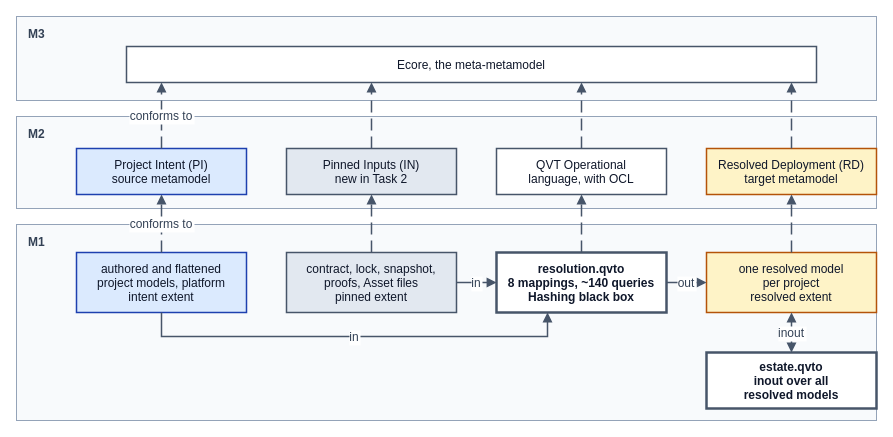
Before: docs/mde/task-2-transformations/Figures/pattern.drawio in JorisJonkers-dev/deploy-kit, a draw.io diagram. Source tidied: cells renumbered, new cells numbered last; positions are measured from the earlier drawing's top-left corner, leaving out a move shared by most shapes. Both pictures are drawn from the tidied source at 100%, with x=0, y=0 at pixel (16, 16).
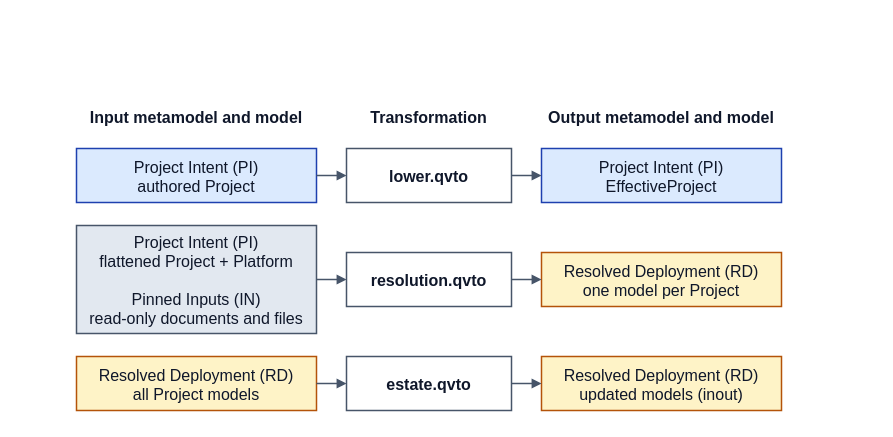
Above is the later version.

Diff of the diagram source:
```diff
@@
-    <mxCell id="2" value="M3" style="rounded=0;whiteSpace=nowrap;html=0;fillColor=#f8fafc;strokeColor=#94a3b8;strokeWidth=1;verticalAlign=top;align=left;spacingLeft=10;spacingTop=4;fontStyle=1;fontSize=12;fontFamily=Helvetica;fontColor=#334155;" parent="1" vertex="1">
-      <mxGeometry width="860" height="84" as="geometry" />
-    </mxCell>
-    <mxCell id="3" value="M2" style="rounded=0;whiteSpace=nowrap;html=0;fillColor=#f8fafc;strokeColor=#94a3b8;strokeWidth=1;verticalAlign=top;align=left;spacingLeft=10;spacingTop=4;fontStyle=1;fontSize=12;fontFamily=Helvetica;fontColor=#334155;" parent="1" vertex="1">
-      <mxGeometry y="100" width="860" height="92" as="geometry" />
-    </mxCell>
-    <mxCell id="4" value="M1" style="rounded=0;whiteSpace=nowrap;html=0;fillColor=#f8fafc;strokeColor=#94a3b8;strokeWidth=1;verticalAlign=top;align=left;spacingLeft=10;spacingTop=4;fontStyle=1;fontSize=12;fontFamily=Helvetica;fontColor=#334155;" parent="1" vertex="1">
-      <mxGeometry y="208" width="860" height="196" as="geometry" />
-    </mxCell>
-    <mxCell id="5" value="Ecore, the meta-metamodel" style="rounded=0;whiteSpace=nowrap;html=0;align=center;verticalAlign=middle;fillColor=#ffffff;strokeColor=#475569;strokeWidth=1.5;fontFamily=Helvetica;fontSize=12;fontColor=#0f172a;" parent="1" vertex="1">
-      <mxGeometry x="110" y="30" width="690" height="36" as="geometry" />
-    </mxCell>
+    <mxCell id="27" value="Input metamodel and model" style="rounded=0;whiteSpace=nowrap;html=0;align=center;verticalAlign=middle;fillColor=none;strokeColor=none;strokeWidth=1.5;fontFamily=Helvetica;fontSize=16;fontColor=#0f172a;fontStyle=1;" parent="1" vertex="1">
+      <mxGeometry x="60" y="87" width="240" height="26" as="geometry" />
+    </mxCell>
+    <mxCell id="28" value="Transformation" style="rounded=0;whiteSpace=nowrap;html=0;align=center;verticalAlign=middle;fillColor=none;strokeColor=none;strokeWidth=1.5;fontFamily=Helvetica;fontSize=16;fontColor=#0f172a;fontStyle=1;" parent="1" vertex="1">
+      <mxGeometry x="330" y="87" width="165" height="26" as="geometry" />
+    </mxCell>
+    <mxCell id="29" value="Output metamodel and model" style="rounded=0;whiteSpace=nowrap;html=0;align=center;verticalAlign=middle;fillColor=none;strokeColor=none;strokeWidth=1.5;fontFamily=Helvetica;fontSize=16;fontColor=#0f172a;fontStyle=1;" parent="1" vertex="1">
+      <mxGeometry x="525" y="87" width="240" height="26" as="geometry" />
+    </mxCell>
-    <mxCell id="6" value="Project Intent (PI)&#10;source metamodel" style="rounded=0;whiteSpace=nowrap;html=0;align=center;verticalAlign=middle;fillColor=#dbeafe;strokeColor=#1e40af;strokeWidth=1.5;fontFamily=Helvetica;fontSize=12;fontColor=#0f172a;" parent="1" vertex="1">
-      <mxGeometry x="60" y="132" width="170" height="46" as="geometry" />
+    <mxCell id="6" value="Project Intent (PI)&#10;authored Project" style="rounded=0;whiteSpace=nowrap;html=0;align=center;verticalAlign=middle;fillColor=#dbeafe;strokeColor=#1e40af;strokeWidth=1.5;fontFamily=Helvetica;fontSize=16;fontColor=#0f172a;" parent="1" vertex="1">
+      <mxGeometry x="60" y="132" width="240" height="54" as="geometry" />
     </mxCell>
-    <mxCell id="7" value="Pinned Inputs (IN)&#10;new in Task 2" style="rounded=0;whiteSpace=nowrap;html=0;align=center;verticalAlign=middle;fillColor=#e2e8f0;strokeColor=#475569;strokeWidth=1.5;fontFamily=Helvetica;fontSize=12;fontColor=#0f172a;" parent="1" vertex="1">
-      <mxGeometry x="270" y="132" width="170" height="46" as="geometry" />
-    </mxCell>
-    <mxCell id="8" value="QVT Operational&#10;language, with OCL" style="rounded=0;whiteSpace=nowrap;html=0;align=center;verticalAlign=middle;fillColor=#ffffff;strokeColor=#475569;strokeWidth=1.5;fontFamily=Helvetica;fontSize=12;fontColor=#0f172a;" parent="1" vertex="1">
-      <mxGeometry x="480" y="132" width="170" height="46" as="geometry" />
-    </mxCell>
-    <mxCell id="9" value="Resolved Deployment (RD)&#10;target metamodel" style="rounded=0;whiteSpace=nowrap;html=0;align=center;verticalAlign=middle;fillColor=#fef3c7;strokeColor=#b45309;strokeWidth=1.5;fontFamily=Helvetica;fontSize=12;fontColor=#0f172a;" parent="1" vertex="1">
-      <mxGeometry x="690" y="132" width="170" height="46" as="geometry" />
-    </mxCell>
-    <mxCell id="10" value="authored and flattened&#10;project models, platform&#10;intent extent" style="rounded=0;whiteSpace=nowrap;html=0;align=center;verticalAlign=middle;fillColor=#dbeafe;strokeColor=#1e40af;strokeWidth=1.5;fontFamily=Helvetica;fontSize=12;fontColor=#0f172a;" parent="1" vertex="1">
-      <mxGeometry x="60" y="236" width="170" height="60" as="geometry" />
-    </mxCell>
-    <mxCell id="11" value="contract, lock, snapshot,&#10;proofs, Asset files&#10;pinned extent" style="rounded=0;whiteSpace=nowrap;html=0;align=center;verticalAlign=middle;fillColor=#e2e8f0;strokeColor=#475569;strokeWidth=1.5;fontFamily=Helvetica;fontSize=12;fontColor=#0f172a;" parent="1" vertex="1">
-      <mxGeometry x="270" y="236" width="170" height="60" as="geometry" />
-    </mxCell>
-    <mxCell id="12" value="resolution.qvto&#10;8 mappings, ~140 queries&#10;Hashing black box" style="rounded=0;whiteSpace=nowrap;html=0;align=center;verticalAlign=middle;fillColor=#ffffff;strokeColor=#475569;strokeWidth=1.5;fontFamily=Helvetica;fontSize=12;fontColor=#0f172a;fontStyle=1;strokeWidth=2.5;" parent="1" vertex="1">
-      <mxGeometry x="480" y="236" width="170" height="60" as="geometry" />
-    </mxCell>
-    <mxCell id="13" value="one resolved model&#10;per project&#10;resolved extent" style="rounded=0;whiteSpace=nowrap;html=0;align=center;verticalAlign=middle;fillColor=#fef3c7;strokeColor=#b45309;strokeWidth=1.5;fontFamily=Helvetica;fontSize=12;fontColor=#0f172a;" parent="1" vertex="1">
-      <mxGeometry x="690" y="236" width="170" height="60" as="geometry" />
-    </mxCell>
-    <mxCell id="14" value="estate.qvto&#10;inout over all&#10;resolved models" style="rounded=0;whiteSpace=nowrap;html=0;align=center;verticalAlign=middle;fillColor=#ffffff;strokeColor=#475569;strokeWidth=1.5;fontFamily=Helvetica;fontSize=12;fontColor=#0f172a;fontStyle=1;strokeWidth=2.5;" parent="1" vertex="1">
-      <mxGeometry x="690" y="336" width="170" height="56" as="geometry" />
-    </mxCell>
-    <mxCell id="15" value="conforms to" style="edgeStyle=orthogonalEdgeStyle;rounded=0;html=0;jettySize=auto;endArrow=block;endFill=1;strokeColor=#475569;strokeWidth=1.5;fontSize=12;fontFamily=Helvetica;fontColor=#334155;labelBackgroundColor=#ffffff;dashed=1;dashPattern=8 4;exitX=0.5;exitY=0;exitDx=0;exitDy=0;entryX=0.050724637681159424;entryY=1;entryDx=0;entryDy=0;" parent="1" edge="1" source="6" target="5">
-      <mxGeometry relative="1" as="geometry" />
-    </mxCell>
-    <mxCell id="16" style="edgeStyle=orthogonalEdgeStyle;rounded=0;html=0;jettySize=auto;endArrow=block;endFill=1;strokeColor=#475569;strokeWidth=1.5;fontSize=12;fontFamily=Helvetica;fontColor=#334155;labelBackgroundColor=#ffffff;dashed=1;dashPattern=8 4;exitX=0.5;exitY=0;exitDx=0;exitDy=0;entryX=0.35507246376811596;entryY=1;entryDx=0;entryDy=0;" parent="1" edge="1" source="7" target="5">
-      <mxGeometry relative="1" as="geometry" />
-    </mxCell>
-    <mxCell id="17" style="edgeStyle=orthogonalEdgeStyle;rounded=0;html=0;jettySize=auto;endArrow=block;endFill=1;strokeColor=#475569;strokeWidth=1.5;fontSize=12;fontFamily=Helvetica;fontColor=#334155;labelBackgroundColor=#ffffff;dashed=1;dashPattern=8 4;exitX=0.5;exitY=0;exitDx=0;exitDy=0;entryX=0.6594202898550725;entryY=1;entryDx=0;entryDy=0;" parent="1" edge="1" source="8" target="5">
-      <mxGeometry relative="1" as="geometry" />
-    </mxCell>
-    <mxCell id="18" style="edgeStyle=orthogonalEdgeStyle;rounded=0;html=0;jettySize=auto;endArrow=block;endFill=1;strokeColor=#475569;strokeWidth=1.5;fontSize=12;fontFamily=Helvetica;fontColor=#334155;labelBackgroundColor=#ffffff;dashed=1;dashPattern=8 4;exitX=0.5;exitY=0;exitDx=0;exitDy=0;entryX=0.9637681159420289;entryY=1;entryDx=0;entryDy=0;" parent="1" edge="1" source="9" target="5">
-      <mxGeometry relative="1" as="geometry" />
-    </mxCell>
-    <mxCell id="19" value="conforms to" style="edgeStyle=orthogonalEdgeStyle;rounded=0;html=0;jettySize=auto;endArrow=block;endFill=1;strokeColor=#475569;strokeWidth=1.5;fontSize=12;fontFamily=Helvetica;fontColor=#334155;labelBackgroundColor=#ffffff;dashed=1;dashPattern=8 4;exitX=0.5;exitY=0;exitDx=0;exitDy=0;entryX=0.5;entryY=1;entryDx=0;entryDy=0;" parent="1" edge="1" source="10" target="6">
-      <mxGeometry relative="1" as="geometry" />
-    </mxCell>
-    <mxCell id="20" style="edgeStyle=orthogonalEdgeStyle;rounded=0;html=0;jettySize=auto;endArrow=block;endFill=1;strokeColor=#475569;strokeWidth=1.5;fontSize=12;fontFamily=Helvetica;fontColor=#334155;labelBackgroundColor=#ffffff;dashed=1;dashPattern=8 4;exitX=0.5;exitY=0;exitDx=0;exitDy=0;entryX=0.5;entryY=1;entryDx=0;entryDy=0;" parent="1" edge="1" source="11" target="7">
-      <mxGeometry relative="1" as="geometry" />
-    </mxCell>
-    <mxCell id="21" style="edgeStyle=orthogonalEdgeStyle;rounded=0;html=0;jettySize=auto;endArrow=block;endFill=1;strokeColor=#475569;strokeWidth=1.5;fontSize=12;fontFamily=Helvetica;fontColor=#334155;labelBackgroundColor=#ffffff;dashed=1;dashPattern=8 4;exitX=0.5;exitY=0;exitDx=0;exitDy=0;entryX=0.5;entryY=1;entryDx=0;entryDy=0;" parent="1" edge="1" source="12" target="8">
-      <mxGeometry relative="1" as="geometry" />
-    </mxCell>
-    <mxCell id="22" style="edgeStyle=orthogonalEdgeStyle;rounded=0;html=0;jettySize=auto;endArrow=block;endFill=1;strokeColor=#475569;strokeWidth=1.5;fontSize=12;fontFamily=Helvetica;fontColor=#334155;labelBackgroundColor=#ffffff;dashed=1;dashPattern=8 4;exitX=0.5;exitY=0;exitDx=0;exitDy=0;entryX=0.5;entryY=1;entryDx=0;entryDy=0;" parent="1" edge="1" source="13" target="9">
-      <mxGeometry relative="1" as="geometry" />
-    </mxCell>
-    <mxCell id="23" value="in" style="edgeStyle=orthogonalEdgeStyle;rounded=0;html=0;jettySize=auto;endArrow=block;endFill=1;strokeColor=#475569;strokeWidth=1.5;fontSize=12;fontFamily=Helvetica;fontColor=#334155;labelBackgroundColor=#ffffff;exitX=0.5;exitY=1;exitDx=0;exitDy=0;entryX=0.3;entryY=1;entryDx=0;entryDy=0;" parent="1" edge="1" source="10" target="12">
-      <mxGeometry relative="1" as="geometry">
-        <Array as="points">
-          <mxPoint x="145" y="320" />
-          <mxPoint x="531" y="320" />
-        </Array>
-      </mxGeometry>
-    </mxCell>
-    <mxCell id="24" value="in" style="edgeStyle=orthogonalEdgeStyle;rounded=0;html=0;jettySize=auto;endArrow=block;endFill=1;strokeColor=#475569;strokeWidth=1.5;fontSize=12;fontFamily=Helvetica;fontColor=#334155;labelBackgroundColor=#ffffff;exitX=1;exitY=0.5;exitDx=0;exitDy=0;entryX=0;entryY=0.5;entryDx=0;entryDy=0;" parent="1" edge="1" source="11" target="12">
-      <mxGeometry relative="1" as="geometry" />
-    </mxCell>
-    <mxCell id="25" value="out" style="edgeStyle=orthogonalEdgeStyle;rounded=0;html=0;jettySize=auto;endArrow=block;endFill=1;strokeColor=#475569;strokeWidth=1.5;fontSize=12;fontFamily=Helvetica;fontColor=#334155;labelBackgroundColor=#ffffff;exitX=1;exitY=0.5;exitDx=0;exitDy=0;entryX=0;entryY=0.5;entryDx=0;entryDy=0;" parent="1" edge="1" source="12" target="13">
-      <mxGeometry relative="1" as="geometry" />
-    </mxCell>
-    <mxCell id="26" value="inout" style="edgeStyle=orthogonalEdgeStyle;rounded=0;html=0;jettySize=auto;endArrow=block;endFill=1;strokeColor=#475569;strokeWidth=1.5;fontSize=12;fontFamily=Helvetica;fontColor=#334155;labelBackgroundColor=#ffffff;startArrow=block;startFill=1;exitX=0.5;exitY=1;exitDx=0;exitDy=0;entryX=0.5;entryY=0;entryDx=0;entryDy=0;" parent="1" edge="1" source="13" target="14">
-      <mxGeometry relative="1" as="geometry" />
-    </mxCell>
+    <mxCell id="30" value="lower.qvto" style="rounded=0;whiteSpace=nowrap;html=0;align=center;verticalAlign=middle;fillColor=#ffffff;strokeColor=#475569;strokeWidth=1.5;fontFamily=Helvetica;fontSize=16;fontColor=#0f172a;fontStyle=1;" parent="1" vertex="1">
+      <mxGeometry x="330" y="132" width="165" height="54" as="geometry" />
+    </mxCell>
+    <mxCell id="31" value="Project Intent (PI)&#10;EffectiveProject" style="rounded=0;whiteSpace=nowrap;html=0;align=center;verticalAlign=middle;fillColor=#dbeafe;strokeColor=#1e40af;strokeWidth=1.5;fontFamily=Helvetica;fontSize=16;fontColor=#0f172a;" parent="1" vertex="1">
+      <mxGeometry x="525" y="132" width="240" height="54" as="geometry" />
+    </mxCell>
+    <mxCell id="32" style="edgeStyle=orthogonalEdgeStyle;rounded=0;html=0;jettySize=auto;strokeColor=#475569;strokeWidth=1.5;fontSize=16;fontFamily=Helvetica;fontColor=#334155;labelBackgroundColor=#ffffff;exitX=1;exitY=0.5;entryX=0;entryY=0.5;endArrow=block;endFill=1;" parent="1" edge="1" source="6" target="30">
+      <mxGeometry relative="1" as="geometry" />
+    </mxCell>
+    <mxCell id="33" style="edgeStyle=orthogonalEdgeStyle;rounded=0;html=0;jettySize=auto;strokeColor=#475569;strokeWidth=1.5;fontSize=16;fontFamily=Helvetica;fontColor=#334155;labelBackgroundColor=#ffffff;exitX=1;exitY=0.5;entryX=0;entryY=0.5;endArrow=block;endFill=1;" parent="1" edge="1" source="30" target="31">
+      <mxGeometry relative="1" as="geometry" />
+    </mxCell>
+    <mxCell id="34" value="Project Intent (PI)&#10;flattened Project + Platform&#10;&#10;Pinned Inputs (IN)&#10;read-only documents and files" style="rounded=0;whiteSpace=nowrap;html=0;align=center;verticalAlign=middle;fillColor=#e2e8f0;strokeColor=#475569;strokeWidth=1.5;fontFamily=Helvetica;fontSize=16;fontColor=#0f172a;" parent="1" vertex="1">
+      <mxGeometry x="60" y="209" width="240" height="108" as="geometry" />
+    </mxCell>
+    <mxCell id="35" value="resolution.qvto" style="rounded=0;whiteSpace=nowrap;html=0;align=center;verticalAlign=middle;fillColor=#ffffff;strokeColor=#475569;strokeWidth=1.5;fontFamily=Helvetica;fontSize=16;fontColor=#0f172a;fontStyle=1;" parent="1" vertex="1">
+      <mxGeometry x="330" y="236" width="165" height="54" as="geometry" />
+    </mxCell>
+    <mxCell id="36" value="Resolved Deployment (RD)&#10;one model per Project" style="rounded=0;whiteSpace=nowrap;html=0;align=center;verticalAlign=middle;fillColor=#fef3c7;strokeColor=#b45309;strokeWidth=1.5;fontFamily=Helvetica;fontSize=16;fontColor=#0f172a;" parent="1" vertex="1">
+      <mxGeometry x="525" y="236" width="240" height="54" as="geometry" />
+    </mxCell>
+    <mxCell id="37" style="edgeStyle=orthogonalEdgeStyle;rounded=0;html=0;jettySize=auto;strokeColor=#475569;strokeWidth=1.5;fontSize=16;fontFamily=Helvetica;fontColor=#334155;labelBackgroundColor=#ffffff;exitX=1;exitY=0.5;entryX=0;entryY=0.5;endArrow=block;endFill=1;" parent="1" edge="1" source="34" target="35">
+      <mxGeometry relative="1" as="geometry" />
+    </mxCell>
+    <mxCell id="38" style="edgeStyle=orthogonalEdgeStyle;rounded=0;html=0;jettySize=auto;strokeColor=#475569;strokeWidth=1.5;fontSize=16;fontFamily=Helvetica;fontColor=#334155;labelBackgroundColor=#ffffff;exitX=1;exitY=0.5;entryX=0;entryY=0.5;endArrow=block;endFill=1;" parent="1" edge="1" source="35" target="36">
+      <mxGeometry relative="1" as="geometry" />
+    </mxCell>
+    <mxCell id="39" value="Resolved Deployment (RD)&#10;all Project models" style="rounded=0;whiteSpace=nowrap;html=0;align=center;verticalAlign=middle;fillColor=#fef3c7;strokeColor=#b45309;strokeWidth=1.5;fontFamily=Helvetica;fontSize=16;fontColor=#0f172a;" parent="1" vertex="1">
+      <mxGeometry x="60" y="340" width="240" height="54" as="geometry" />
+    </mxCell>
+    <mxCell id="40" value="estate.qvto" style="rounded=0;whiteSpace=nowrap;html=0;align=center;verticalAlign=middle;fillColor=#ffffff;strokeColor=#475569;strokeWidth=1.5;fontFamily=Helvetica;fontSize=16;fontColor=#0f172a;fontStyle=1;" parent="1" vertex="1">
+      <mxGeometry x="330" y="340" width="165" height="54" as="geometry" />
+    </mxCell>
+    <mxCell id="41" value="Resolved Deployment (RD)&#10;updated models (inout)" style="rounded=0;whiteSpace=nowrap;html=0;align=center;verticalAlign=middle;fillColor=#fef3c7;strokeColor=#b45309;strokeWidth=1.5;fontFamily=Helvetica;fontSize=16;fontColor=#0f172a;" parent="1" vertex="1">
+      <mxGeometry x="525" y="340" width="240" height="54" as="geometry" />
+    </mxCell>
+    <mxCell id="42" style="edgeStyle=orthogonalEdgeStyle;rounded=0;html=0;jettySize=auto;strokeColor=#475569;strokeWidth=1.5;fontSize=16;fontFamily=Helvetica;fontColor=#334155;labelBackgroundColor=#ffffff;exitX=1;exitY=0.5;entryX=0;entryY=0.5;endArrow=block;endFill=1;" parent="1" edge="1" source="39" target="40">
+      <mxGeometry relative="1" as="geometry" />
+    </mxCell>
+    <mxCell id="43" style="edgeStyle=orthogonalEdgeStyle;rounded=0;html=0;jettySize=auto;strokeColor=#475569;strokeWidth=1.5;fontSize=16;fontFamily=Helvetica;fontColor=#334155;labelBackgroundColor=#ffffff;exitX=1;exitY=0.5;entryX=0;entryY=0.5;endArrow=block;endFill=1;" parent="1" edge="1" source="40" target="41">
+      <mxGeometry relative="1" as="geometry" />
+    </mxCell>
```
